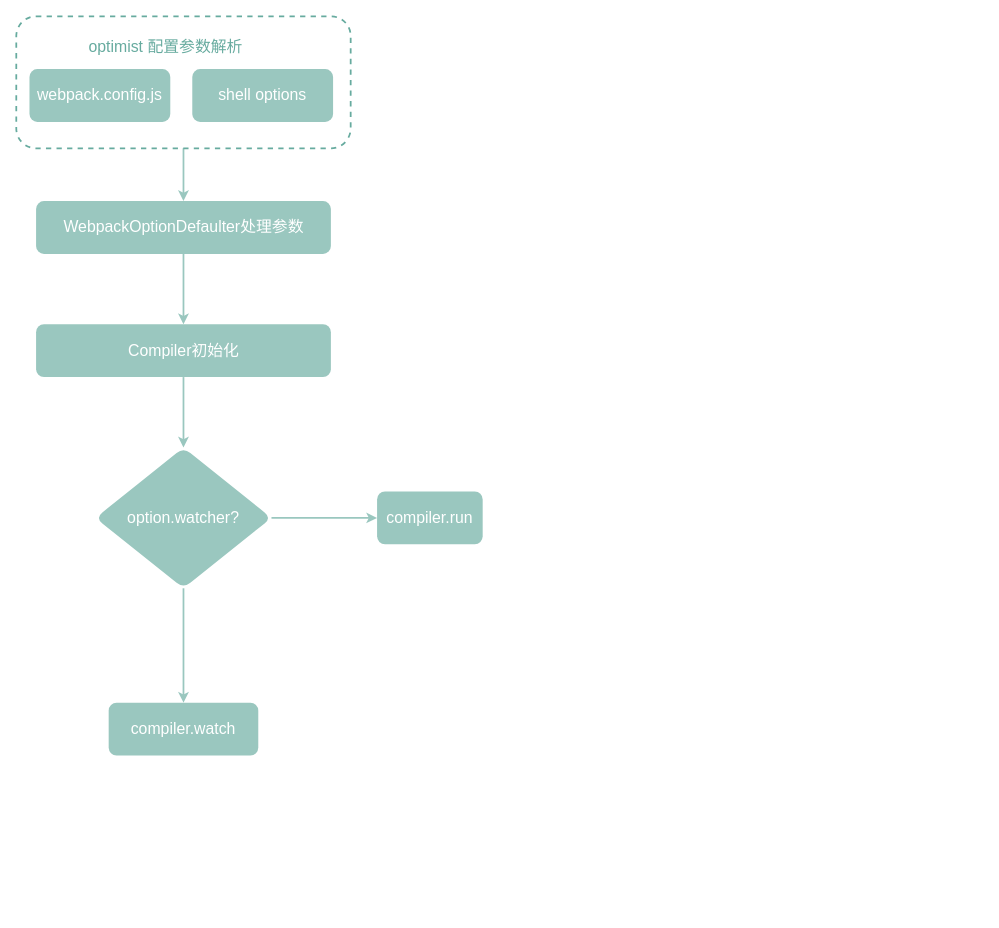
Above: page "webpack-v1" (1 of 2) of docs/engineer/webpack.drawio in Jo-ko/blog (draw.io), before the change. Source tidied: cells renumbered, new cells numbered last; positions are measured from the earlier drawing's top-left corner, leaving out a move shared by most shapes. Both pictures are drawn from the tidied source at 88%, with x=0, y=0 at pixel (16, 16).
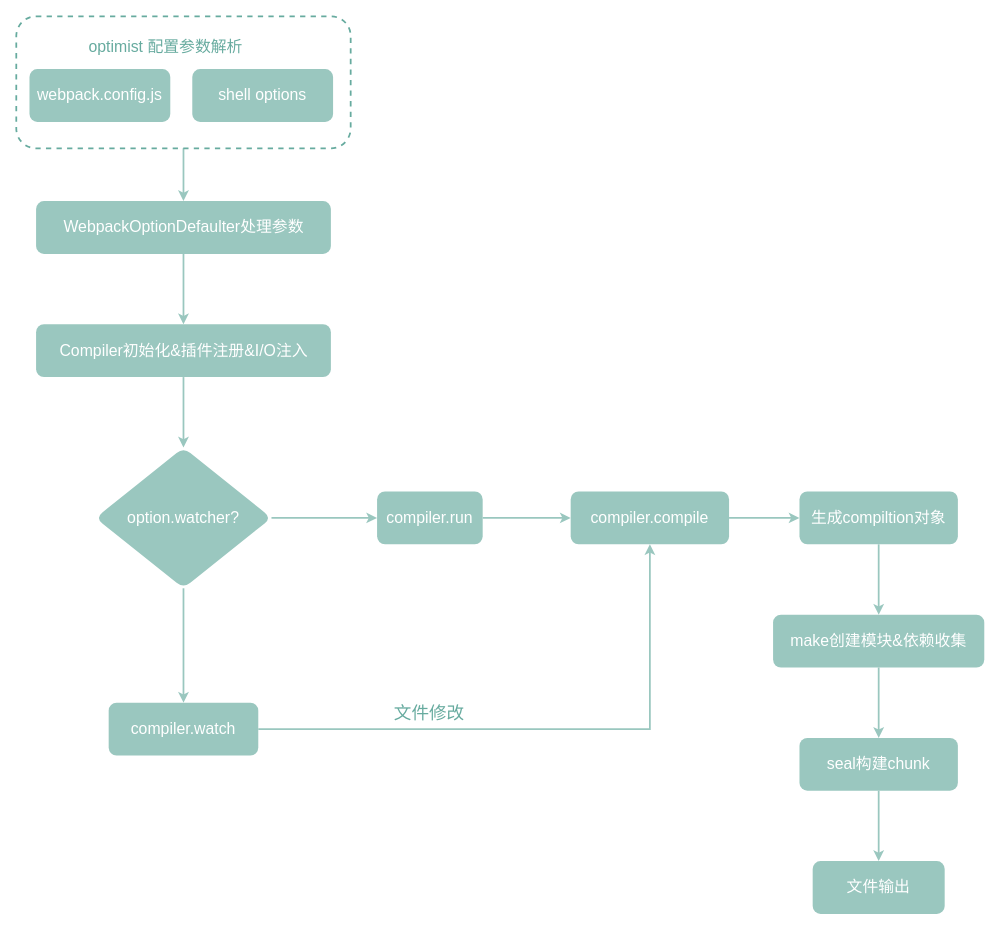
After the change.

Unchanged cells that the change refers to:
```xml
<mxCell id="15" value="compiler.watch" style="whiteSpace=wrap;html=1;rounded=1;fontSize=18;fontColor=#FFFFFF;strokeColor=none;fillColor=#9AC7BF;" parent="2" vertex="1">
  <mxGeometry x="105" y="780" width="170" height="60" as="geometry" />
</mxCell>
<mxCell id="16" value="compiler.run" style="whiteSpace=wrap;html=1;rounded=1;fontSize=18;fontColor=#FFFFFF;strokeColor=none;fillColor=#9AC7BF;" parent="2" vertex="1">
  <mxGeometry x="410" y="540" width="120" height="60" as="geometry" />
</mxCell>
```

Change to the diagram source:
```diff
@@
-    <mxCell id="11" value="Compiler初始化" style="rounded=1;whiteSpace=wrap;html=1;strokeColor=none;fillColor=#9AC7BF;fontColor=#FFFFFF;fontSize=18;" parent="2" vertex="1">
+    <mxCell id="11" value="Compiler初始化&amp;amp;插件注册&amp;amp;I/O注入" style="rounded=1;whiteSpace=wrap;html=1;strokeColor=none;fillColor=#9AC7BF;fontColor=#FFFFFF;fontSize=18;" parent="2" vertex="1">
       <mxGeometry x="22.5" y="350" width="335" height="60" as="geometry" />
     </mxCell>
@@
+    <mxCell id="17" style="edgeStyle=orthogonalEdgeStyle;rounded=0;jettySize=auto;html=1;entryX=0.5;entryY=1;entryDx=0;entryDy=0;strokeColor=#9AC7BF;strokeWidth=2;" parent="2" edge="1" source="15" target="21">
+      <mxGeometry relative="1" as="geometry" />
+    </mxCell>
+    <mxCell id="18" value="文件修改" style="edgeLabel;html=1;align=center;verticalAlign=middle;fontColor=#67AB9F;fontSize=20;labelBackgroundColor=none;" parent="17" vertex="1">
+      <mxGeometry x="-0.41" y="-2" relative="1" as="geometry">
+        <mxPoint y="-22" as="offset" />
+      </mxGeometry>
+    </mxCell>
@@
+    <mxCell id="19" style="edgeStyle=orthogonalEdgeStyle;rounded=0;jettySize=auto;html=1;strokeColor=#9AC7BF;strokeWidth=2;" parent="2" edge="1" source="16" target="21">
+      <mxGeometry relative="1" as="geometry" />
+    </mxCell>
@@
+    <mxCell id="20" style="edgeStyle=orthogonalEdgeStyle;rounded=0;jettySize=auto;html=1;fontSize=20;fontColor=#67AB9F;strokeColor=#9AC7BF;strokeWidth=2;" parent="2" edge="1" source="21" target="23">
+      <mxGeometry relative="1" as="geometry" />
+    </mxCell>
+    <mxCell id="21" value="compiler.compile" style="whiteSpace=wrap;html=1;rounded=1;fontSize=18;fontColor=#FFFFFF;strokeColor=none;fillColor=#9AC7BF;" parent="2" vertex="1">
+      <mxGeometry x="630" y="540" width="180" height="60" as="geometry" />
+    </mxCell>
+    <mxCell id="22" style="edgeStyle=orthogonalEdgeStyle;rounded=0;jettySize=auto;html=1;fontSize=20;fontColor=#67AB9F;strokeColor=#9AC7BF;strokeWidth=2;" parent="2" edge="1" source="23" target="25">
+      <mxGeometry relative="1" as="geometry" />
+    </mxCell>
+    <mxCell id="23" value="生成compiltion对象" style="whiteSpace=wrap;html=1;rounded=1;fontSize=18;fontColor=#FFFFFF;strokeColor=none;fillColor=#9AC7BF;" parent="2" vertex="1">
+      <mxGeometry x="890" y="540" width="180" height="60" as="geometry" />
+    </mxCell>
+    <mxCell id="24" style="edgeStyle=orthogonalEdgeStyle;rounded=0;jettySize=auto;html=1;fontSize=20;fontColor=#67AB9F;strokeColor=#9AC7BF;strokeWidth=2;" parent="2" edge="1" source="25" target="27">
+      <mxGeometry relative="1" as="geometry" />
+    </mxCell>
+    <mxCell id="25" value="make创建模块&amp;amp;依赖收集" style="whiteSpace=wrap;html=1;rounded=1;fontSize=18;fontColor=#FFFFFF;strokeColor=none;fillColor=#9AC7BF;" parent="2" vertex="1">
+      <mxGeometry x="860" y="680" width="240" height="60" as="geometry" />
+    </mxCell>
+    <mxCell id="26" style="edgeStyle=orthogonalEdgeStyle;rounded=0;jettySize=auto;html=1;fontSize=20;fontColor=#67AB9F;strokeColor=#9AC7BF;strokeWidth=2;" parent="2" edge="1" source="27" target="28">
+      <mxGeometry relative="1" as="geometry" />
+    </mxCell>
+    <mxCell id="27" value="seal构建chunk" style="whiteSpace=wrap;html=1;rounded=1;fontSize=18;fontColor=#FFFFFF;strokeColor=none;fillColor=#9AC7BF;" parent="2" vertex="1">
+      <mxGeometry x="890" y="820" width="180" height="60" as="geometry" />
+    </mxCell>
+    <mxCell id="28" value="文件输出" style="whiteSpace=wrap;html=1;rounded=1;fontSize=18;fontColor=#FFFFFF;strokeColor=none;fillColor=#9AC7BF;" parent="2" vertex="1">
+      <mxGeometry x="905" y="960" width="150" height="60" as="geometry" />
+    </mxCell>
```
